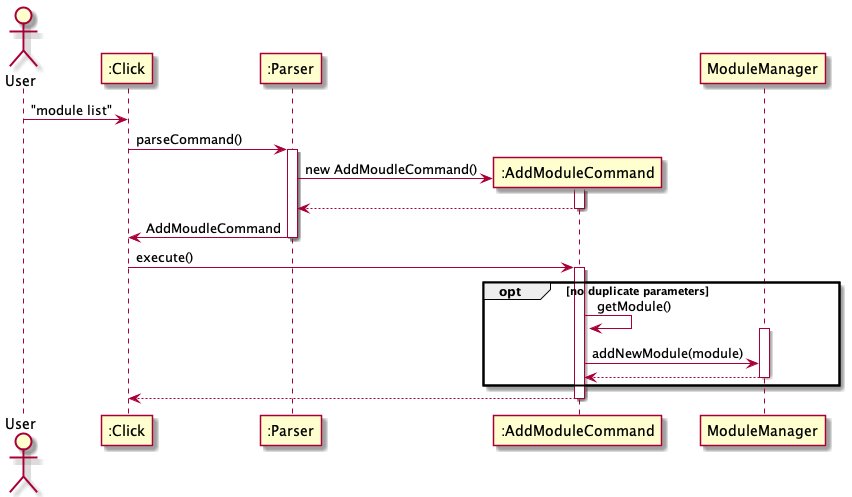
nus-cs2113-AY2122S1/tp keeps this PlantUML diagram as docs/diagrams/module/AddModule.png. Above is the earlier version.
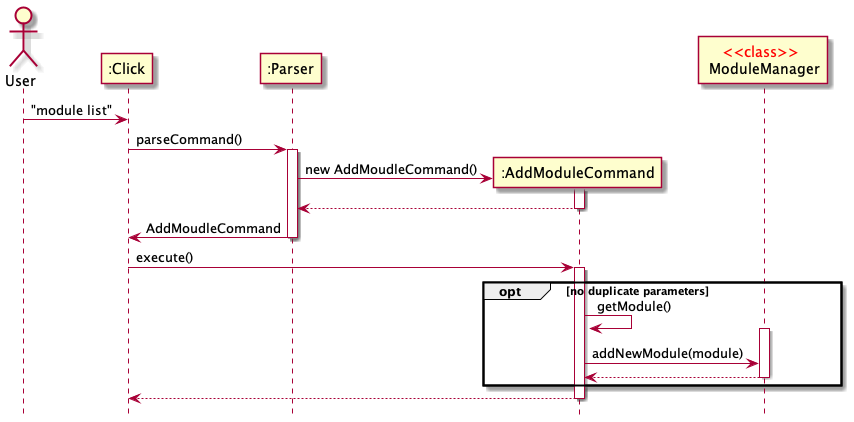
The same file after the commit.

Commit message:
Update UML diagrams

Diff of the diagram source:
```diff
@@ -18,15 +18,16 @@
 
 opt no duplicate parameters
     ":AddModuleCommand" -> ":AddModuleCommand" : getModule()
-    participant "ModuleManager"
-    activate "ModuleManager"
-    ":AddModuleCommand" -> "ModuleManager" : addNewModule(module)
-    "ModuleManager" --> ":AddModuleCommand"
-    deactivate "ModuleManager"
+    participant "<color red><<class>></color> \n ModuleManager"
+    activate "<color red><<class>></color> \n ModuleManager"
+    ":AddModuleCommand" -> "<color red><<class>></color> \n ModuleManager" : addNewModule(module)
+    "<color red><<class>></color> \n ModuleManager" --> ":AddModuleCommand"
+    deactivate "<color red><<class>></color> \n ModuleManager"
 end
 
 
 
 ":AddModuleCommand" --> ":Click"
 deactivate ":AddModuleCommand"
+hide footbox
 @enduml
```
